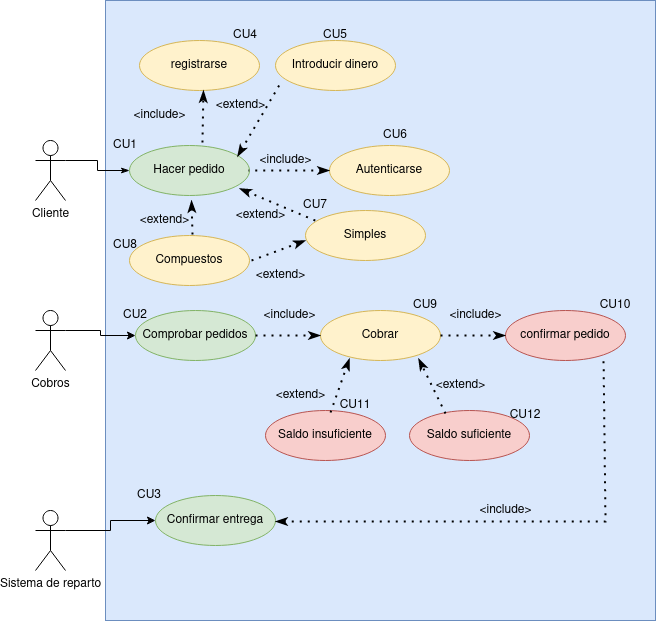
The draw.io diagram Tarea: Tienda virtual/img/tienda.png in marlonfrz/ETS, before a commit. Source tidied: cells renumbered, new cells last; positions are measured from the earlier drawing's top-left corner, leaving out a move shared by most shapes. Its diagram source:
```xml
<mxGraphModel>
  <root>
    <mxCell id="0" />
    <mxCell id="1" parent="0" />
    <mxCell id="2" style="rounded=0;whiteSpace=wrap;html=1;fillColor=#dae8fc;strokeColor=#6c8ebf;" parent="1" vertex="1">
      <mxGeometry x="70" width="550" height="620" as="geometry" />
    </mxCell>
    <mxCell id="3" style="edgeStyle=orthogonalEdgeStyle;rounded=0;jettySize=auto;html=1;exitX=1;exitY=0.3333333333333333;exitDx=0;exitDy=0;exitPerimeter=0;entryX=0;entryY=0.5;entryDx=0;entryDy=0;startArrow=none;startFill=0;endArrow=classicThin;endFill=1;" parent="1" edge="1" source="4" target="5">
      <mxGeometry relative="1" as="geometry" />
    </mxCell>
    <mxCell id="4" value="Cliente" style="shape=umlActor;verticalLabelPosition=bottom;verticalAlign=top;html=1;outlineConnect=0;" parent="1" vertex="1">
      <mxGeometry y="140" width="30" height="60" as="geometry" />
    </mxCell>
    <mxCell id="5" value="Hacer pedido" style="ellipse;whiteSpace=wrap;html=1;fillColor=#d5e8d4;strokeColor=#82b366;" parent="1" vertex="1">
      <mxGeometry x="94" y="145" width="120" height="50" as="geometry" />
    </mxCell>
    <mxCell id="6" value="confirmar pedido" style="ellipse;whiteSpace=wrap;html=1;fillColor=#f8cecc;strokeColor=#b85450;" parent="1" vertex="1">
      <mxGeometry x="470" y="310" width="120" height="50" as="geometry" />
    </mxCell>
    <mxCell id="7" value="Cobrar" style="ellipse;whiteSpace=wrap;html=1;fillColor=#fff2cc;strokeColor=#d6b656;" parent="1" vertex="1">
      <mxGeometry x="285" y="310" width="120" height="50" as="geometry" />
    </mxCell>
    <mxCell id="8" value="Comprobar pedidos" style="ellipse;whiteSpace=wrap;html=1;fillColor=#d5e8d4;strokeColor=#82b366;" parent="1" vertex="1">
      <mxGeometry x="100" y="310" width="120" height="50" as="geometry" />
    </mxCell>
    <mxCell id="9" value="registrarse" style="ellipse;whiteSpace=wrap;html=1;fillColor=#fff2cc;strokeColor=#d6b656;" parent="1" vertex="1">
      <mxGeometry x="104" y="40" width="120" height="50" as="geometry" />
    </mxCell>
    <mxCell id="10" value="Introducir dinero" style="ellipse;whiteSpace=wrap;html=1;fillColor=#fff2cc;strokeColor=#d6b656;" parent="1" vertex="1">
      <mxGeometry x="240" y="40" width="120" height="50" as="geometry" />
    </mxCell>
    <mxCell id="11" value="Autenticarse" style="ellipse;whiteSpace=wrap;html=1;fillColor=#fff2cc;strokeColor=#d6b656;" parent="1" vertex="1">
      <mxGeometry x="294" y="145" width="120" height="50" as="geometry" />
    </mxCell>
    <mxCell id="12" style="edgeStyle=orthogonalEdgeStyle;rounded=0;jettySize=auto;html=1;exitX=1;exitY=0.3333333333333333;exitDx=0;exitDy=0;exitPerimeter=0;entryX=0;entryY=0.5;entryDx=0;entryDy=0;" parent="1" edge="1" source="13" target="8">
      <mxGeometry relative="1" as="geometry" />
    </mxCell>
    <mxCell id="13" value="Cobros" style="shape=umlActor;verticalLabelPosition=bottom;verticalAlign=top;html=1;outlineConnect=0;" parent="1" vertex="1">
      <mxGeometry y="310" width="30" height="60" as="geometry" />
    </mxCell>
    <mxCell id="14" style="endArrow=classicThin;dashed=1;html=1;dashPattern=1 3;strokeWidth=2;rounded=0;entryX=0;entryY=0.5;entryDx=0;entryDy=0;exitX=1;exitY=0.5;exitDx=0;exitDy=0;endFill=1;" parent="1" edge="1" source="8" target="7">
      <mxGeometry relative="1" as="geometry" />
    </mxCell>
    <mxCell id="15" style="endArrow=classicThin;dashed=1;html=1;dashPattern=1 3;strokeWidth=2;rounded=0;exitX=1;exitY=0.5;exitDx=0;exitDy=0;entryX=0;entryY=0.5;entryDx=0;entryDy=0;endFill=1;" parent="1" edge="1" source="7" target="6">
      <mxGeometry relative="1" as="geometry" />
    </mxCell>
    <mxCell id="16" value="&amp;lt;include&amp;gt;" style="text;html=1;align=center;verticalAlign=middle;strokeColor=none;fillColor=none;" parent="1" vertex="1">
      <mxGeometry x="84" y="100" width="80" height="30" as="geometry" />
    </mxCell>
    <mxCell id="17" value="&amp;lt;include&amp;gt;" style="text;html=1;align=center;verticalAlign=middle;strokeColor=none;fillColor=none;" parent="1" vertex="1">
      <mxGeometry x="210" y="145" width="80" height="30" as="geometry" />
    </mxCell>
    <mxCell id="18" value="&amp;lt;extend&amp;gt;" style="text;html=1;align=center;verticalAlign=middle;strokeColor=none;fillColor=none;" parent="1" vertex="1">
      <mxGeometry x="170" y="90" width="70" height="30" as="geometry" />
    </mxCell>
    <mxCell id="19" style="edgeStyle=orthogonalEdgeStyle;rounded=0;jettySize=auto;html=1;exitX=1;exitY=0.3333333333333333;exitDx=0;exitDy=0;exitPerimeter=0;entryX=0;entryY=0.5;entryDx=0;entryDy=0;" parent="1" edge="1" source="20" target="21">
      <mxGeometry relative="1" as="geometry" />
    </mxCell>
    <mxCell id="20" value="Sistema de reparto" style="shape=umlActor;verticalLabelPosition=bottom;verticalAlign=top;html=1;outlineConnect=0;" parent="1" vertex="1">
      <mxGeometry y="510" width="30" height="60" as="geometry" />
    </mxCell>
    <mxCell id="21" value="Confirmar entrega" style="ellipse;whiteSpace=wrap;html=1;fillColor=#d5e8d4;strokeColor=#82b366;" parent="1" vertex="1">
      <mxGeometry x="120" y="495" width="120" height="50" as="geometry" />
    </mxCell>
    <mxCell id="22" value="&amp;lt;include&amp;gt;" style="text;html=1;align=center;verticalAlign=middle;strokeColor=none;fillColor=none;" parent="1" vertex="1">
      <mxGeometry x="214" y="300" width="80" height="30" as="geometry" />
    </mxCell>
    <mxCell id="23" value="&amp;lt;include&amp;gt;" style="text;html=1;align=center;verticalAlign=middle;strokeColor=none;fillColor=none;" parent="1" vertex="1">
      <mxGeometry x="400" y="300" width="80" height="30" as="geometry" />
    </mxCell>
    <mxCell id="24" style="endArrow=classicThin;dashed=1;html=1;dashPattern=1 3;strokeWidth=2;rounded=0;entryX=0.533;entryY=1;entryDx=0;entryDy=0;exitX=0.608;exitY=-0.06;exitDx=0;exitDy=0;startArrow=none;startFill=0;endFill=1;exitPerimeter=0;entryPerimeter=0;" parent="1" edge="1" source="5" target="9">
      <mxGeometry relative="1" as="geometry" />
    </mxCell>
    <mxCell id="25" style="endArrow=none;dashed=1;html=1;dashPattern=1 3;strokeWidth=2;rounded=0;entryX=0.992;entryY=0.5;entryDx=0;entryDy=0;exitX=0;exitY=0.5;exitDx=0;exitDy=0;endFill=0;startArrow=classicThin;startFill=1;entryPerimeter=0;" parent="1" edge="1" source="11" target="5">
      <mxGeometry relative="1" as="geometry" />
    </mxCell>
    <mxCell id="26" style="endArrow=none;dashed=1;html=1;dashPattern=1 3;strokeWidth=2;rounded=0;entryX=0.05;entryY=0.82;entryDx=0;entryDy=0;exitX=0.9;exitY=0.22;exitDx=0;exitDy=0;endFill=0;startArrow=classicThin;startFill=1;exitPerimeter=0;entryPerimeter=0;" parent="1" edge="1" source="5" target="10">
      <mxGeometry relative="1" as="geometry" />
    </mxCell>
    <mxCell id="27" value="CU8" style="text;html=1;strokeColor=none;fillColor=none;align=center;verticalAlign=middle;whiteSpace=wrap;rounded=0;" parent="1" vertex="1">
      <mxGeometry x="60" y="230" width="60" height="30" as="geometry" />
    </mxCell>
    <mxCell id="28" value="CU7" style="text;html=1;strokeColor=none;fillColor=none;align=center;verticalAlign=middle;whiteSpace=wrap;rounded=0;" parent="1" vertex="1">
      <mxGeometry x="250" y="190" width="60" height="30" as="geometry" />
    </mxCell>
    <mxCell id="29" value="CU6" style="text;html=1;strokeColor=none;fillColor=none;align=center;verticalAlign=middle;whiteSpace=wrap;rounded=0;" parent="1" vertex="1">
      <mxGeometry x="330" y="120" width="60" height="30" as="geometry" />
    </mxCell>
    <mxCell id="30" value="CU5" style="text;html=1;strokeColor=none;fillColor=none;align=center;verticalAlign=middle;whiteSpace=wrap;rounded=0;" parent="1" vertex="1">
      <mxGeometry x="270" y="20" width="60" height="30" as="geometry" />
    </mxCell>
    <mxCell id="31" value="CU4" style="text;html=1;strokeColor=none;fillColor=none;align=center;verticalAlign=middle;whiteSpace=wrap;rounded=0;" parent="1" vertex="1">
      <mxGeometry x="180" y="20" width="60" height="30" as="geometry" />
    </mxCell>
    <mxCell id="32" value="CU3" style="text;html=1;strokeColor=none;fillColor=none;align=center;verticalAlign=middle;whiteSpace=wrap;rounded=0;" parent="1" vertex="1">
      <mxGeometry x="84" y="480" width="60" height="30" as="geometry" />
    </mxCell>
    <mxCell id="33" value="CU2" style="text;html=1;strokeColor=none;fillColor=none;align=center;verticalAlign=middle;whiteSpace=wrap;rounded=0;" parent="1" vertex="1">
      <mxGeometry x="70" y="300" width="60" height="30" as="geometry" />
    </mxCell>
    <mxCell id="34" value="CU1" style="text;html=1;strokeColor=none;fillColor=none;align=center;verticalAlign=middle;whiteSpace=wrap;rounded=0;" parent="1" vertex="1">
      <mxGeometry x="60" y="130" width="60" height="30" as="geometry" />
    </mxCell>
    <mxCell id="35" value="Simples" style="ellipse;whiteSpace=wrap;html=1;fillColor=#fff2cc;strokeColor=#d6b656;" parent="1" vertex="1">
      <mxGeometry x="270" y="210" width="120" height="50" as="geometry" />
    </mxCell>
    <mxCell id="36" value="Compuestos" style="ellipse;whiteSpace=wrap;html=1;fillColor=#fff2cc;strokeColor=#d6b656;" parent="1" vertex="1">
      <mxGeometry x="94" y="235" width="120" height="50" as="geometry" />
    </mxCell>
    <mxCell id="37" style="endArrow=none;dashed=1;html=1;dashPattern=1 3;strokeWidth=2;rounded=0;entryX=0.1;entryY=0.22;entryDx=0;entryDy=0;entryPerimeter=0;exitX=0.917;exitY=0.86;exitDx=0;exitDy=0;exitPerimeter=0;startArrow=classicThin;startFill=1;" parent="1" edge="1" source="5" target="35">
      <mxGeometry relative="1" as="geometry" />
    </mxCell>
    <mxCell id="38" style="endArrow=classicThin;dashed=1;html=1;dashPattern=1 3;strokeWidth=2;rounded=0;entryX=0.517;entryY=1.1;entryDx=0;entryDy=0;entryPerimeter=0;exitX=0.525;exitY=-0.02;exitDx=0;exitDy=0;exitPerimeter=0;startArrow=none;startFill=0;endFill=1;" parent="1" edge="1" source="36" target="5">
      <mxGeometry relative="1" as="geometry" />
    </mxCell>
    <mxCell id="39" value="&amp;lt;extend&amp;gt;" style="text;html=1;align=center;verticalAlign=middle;strokeColor=none;fillColor=none;" parent="1" vertex="1">
      <mxGeometry x="94" y="205" width="70" height="30" as="geometry" />
    </mxCell>
    <mxCell id="40" value="&amp;lt;extend&amp;gt;" style="text;html=1;align=center;verticalAlign=middle;strokeColor=none;fillColor=none;" parent="1" vertex="1">
      <mxGeometry x="190" y="200" width="70" height="30" as="geometry" />
    </mxCell>
    <mxCell id="41" value="CU9" style="text;html=1;strokeColor=none;fillColor=none;align=center;verticalAlign=middle;whiteSpace=wrap;rounded=0;" parent="1" vertex="1">
      <mxGeometry x="360" y="290" width="60" height="30" as="geometry" />
    </mxCell>
    <mxCell id="42" value="CU10" style="text;html=1;strokeColor=none;fillColor=none;align=center;verticalAlign=middle;whiteSpace=wrap;rounded=0;" parent="1" vertex="1">
      <mxGeometry x="550" y="290" width="60" height="30" as="geometry" />
    </mxCell>
    <mxCell id="43" value="Saldo insuficiente" style="ellipse;whiteSpace=wrap;html=1;fillColor=#f8cecc;strokeColor=#b85450;" parent="1" vertex="1">
      <mxGeometry x="230" y="410" width="120" height="50" as="geometry" />
    </mxCell>
    <mxCell id="44" value="Saldo suficiente" style="ellipse;whiteSpace=wrap;html=1;fillColor=#f8cecc;strokeColor=#b85450;" parent="1" vertex="1">
      <mxGeometry x="374" y="410" width="120" height="50" as="geometry" />
    </mxCell>
    <mxCell id="45" style="endArrow=classicThin;dashed=1;html=1;dashPattern=1 3;strokeWidth=2;rounded=0;entryX=0;entryY=0.6;entryDx=0;entryDy=0;entryPerimeter=0;exitX=1.017;exitY=0.5;exitDx=0;exitDy=0;exitPerimeter=0;endFill=1;" parent="1" edge="1" source="36" target="35">
      <mxGeometry relative="1" as="geometry" />
    </mxCell>
    <mxCell id="46" value="&amp;lt;extend&amp;gt;" style="text;html=1;align=center;verticalAlign=middle;strokeColor=none;fillColor=none;" parent="1" vertex="1">
      <mxGeometry x="210" y="260" width="70" height="30" as="geometry" />
    </mxCell>
    <mxCell id="47" style="endArrow=classicThin;dashed=1;html=1;dashPattern=1 3;strokeWidth=2;rounded=0;exitX=0.542;exitY=0.04;exitDx=0;exitDy=0;exitPerimeter=0;entryX=0.242;entryY=0.96;entryDx=0;entryDy=0;entryPerimeter=0;endFill=1;" parent="1" edge="1" source="43" target="7">
      <mxGeometry relative="1" as="geometry" />
    </mxCell>
    <mxCell id="48" style="endArrow=classicThin;dashed=1;html=1;dashPattern=1 3;strokeWidth=2;rounded=0;exitX=0.3;exitY=0.06;exitDx=0;exitDy=0;exitPerimeter=0;entryX=0.817;entryY=0.96;entryDx=0;entryDy=0;entryPerimeter=0;endFill=1;" parent="1" edge="1" source="44" target="7">
      <mxGeometry relative="1" as="geometry" />
    </mxCell>
    <mxCell id="49" value="&amp;lt;extend&amp;gt;" style="text;html=1;align=center;verticalAlign=middle;strokeColor=none;fillColor=none;" parent="1" vertex="1">
      <mxGeometry x="390" y="370" width="70" height="30" as="geometry" />
    </mxCell>
    <mxCell id="50" value="&amp;lt;extend&amp;gt;" style="text;html=1;align=center;verticalAlign=middle;strokeColor=none;fillColor=none;" parent="1" vertex="1">
      <mxGeometry x="230" y="380" width="70" height="30" as="geometry" />
    </mxCell>
    <mxCell id="51" value="CU12" style="text;html=1;strokeColor=none;fillColor=none;align=center;verticalAlign=middle;whiteSpace=wrap;rounded=0;" parent="1" vertex="1">
      <mxGeometry x="460" y="400" width="60" height="30" as="geometry" />
    </mxCell>
    <mxCell id="52" value="CU11" style="text;html=1;strokeColor=none;fillColor=none;align=center;verticalAlign=middle;whiteSpace=wrap;rounded=0;" parent="1" vertex="1">
      <mxGeometry x="290" y="390" width="60" height="30" as="geometry" />
    </mxCell>
    <mxCell id="53" style="endArrow=none;dashed=1;html=1;dashPattern=1 3;strokeWidth=2;rounded=0;exitX=1;exitY=0.52;exitDx=0;exitDy=0;exitPerimeter=0;entryX=0.817;entryY=0.96;entryDx=0;entryDy=0;entryPerimeter=0;startArrow=classicThin;startFill=1;" parent="1" edge="1" source="21" target="6">
      <mxGeometry relative="1" as="geometry">
        <Array as="points">
          <mxPoint x="570" y="521" />
        </Array>
      </mxGeometry>
    </mxCell>
    <mxCell id="54" value="&amp;lt;include&amp;gt;" style="text;html=1;align=center;verticalAlign=middle;strokeColor=none;fillColor=none;" parent="1" vertex="1">
      <mxGeometry x="430" y="495" width="80" height="30" as="geometry" />
    </mxCell>
  </root>
</mxGraphModel>
```
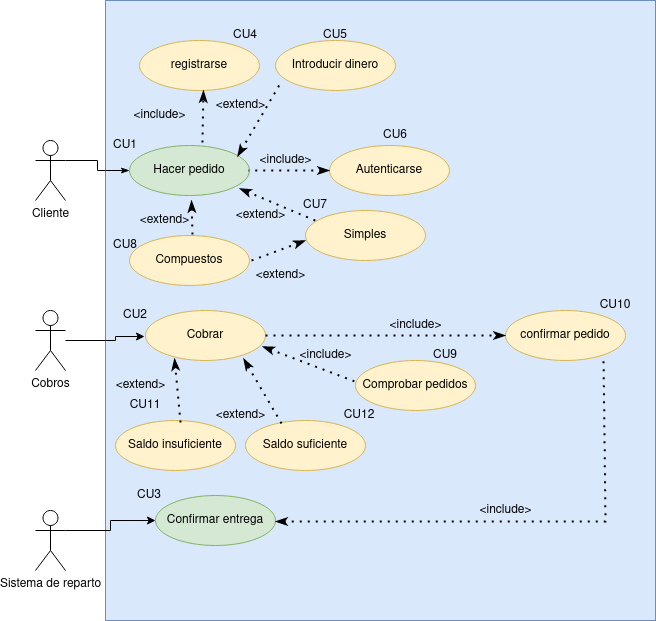
Later version of the same file.

Commit message:
casos de uso

Change to the diagram source:
```diff
@@ -14,14 +14,14 @@
     <mxCell id="5" value="Hacer pedido" style="ellipse;whiteSpace=wrap;html=1;fillColor=#d5e8d4;strokeColor=#82b366;" parent="1" vertex="1">
       <mxGeometry x="94" y="145" width="120" height="50" as="geometry" />
     </mxCell>
-    <mxCell id="6" value="confirmar pedido" style="ellipse;whiteSpace=wrap;html=1;fillColor=#f8cecc;strokeColor=#b85450;" parent="1" vertex="1">
+    <mxCell id="6" value="confirmar pedido" style="ellipse;whiteSpace=wrap;html=1;fillColor=#fff2cc;strokeColor=#d6b656;" parent="1" vertex="1">
       <mxGeometry x="470" y="310" width="120" height="50" as="geometry" />
     </mxCell>
     <mxCell id="7" value="Cobrar" style="ellipse;whiteSpace=wrap;html=1;fillColor=#fff2cc;strokeColor=#d6b656;" parent="1" vertex="1">
-      <mxGeometry x="285" y="310" width="120" height="50" as="geometry" />
+      <mxGeometry x="110" y="310" width="120" height="50" as="geometry" />
     </mxCell>
-    <mxCell id="8" value="Comprobar pedidos" style="ellipse;whiteSpace=wrap;html=1;fillColor=#d5e8d4;strokeColor=#82b366;" parent="1" vertex="1">
-      <mxGeometry x="100" y="310" width="120" height="50" as="geometry" />
+    <mxCell id="8" value="Comprobar pedidos" style="ellipse;whiteSpace=wrap;html=1;fillColor=#fff2cc;strokeColor=#d6b656;" parent="1" vertex="1">
+      <mxGeometry x="320" y="360" width="120" height="50" as="geometry" />
     </mxCell>
     <mxCell id="9" value="registrarse" style="ellipse;whiteSpace=wrap;html=1;fillColor=#fff2cc;strokeColor=#d6b656;" parent="1" vertex="1">
       <mxGeometry x="104" y="40" width="120" height="50" as="geometry" />
@@ -32,15 +32,17 @@
     <mxCell id="11" value="Autenticarse" style="ellipse;whiteSpace=wrap;html=1;fillColor=#fff2cc;strokeColor=#d6b656;" parent="1" vertex="1">
       <mxGeometry x="294" y="145" width="120" height="50" as="geometry" />
     </mxCell>
-    <mxCell id="12" style="edgeStyle=orthogonalEdgeStyle;rounded=0;jettySize=auto;html=1;exitX=1;exitY=0.3333333333333333;exitDx=0;exitDy=0;exitPerimeter=0;entryX=0;entryY=0.5;entryDx=0;entryDy=0;" parent="1" edge="1" source="13" target="8">
-      <mxGeometry relative="1" as="geometry" />
-    </mxCell>
+    <mxCell id="55" style="edgeStyle=orthogonalEdgeStyle;rounded=0;jettySize=auto;html=1;startArrow=none;startFill=0;entryX=-0.008;entryY=0.52;entryDx=0;entryDy=0;entryPerimeter=0;" parent="1" edge="1" source="13" target="7">
+      <mxGeometry relative="1" as="geometry">
+        <Array as="points">
+          <mxPoint x="80" y="340" />
+          <mxPoint x="80" y="336" />
+        </Array>
+      </mxGeometry>
+    </mxCell>
     <mxCell id="13" value="Cobros" style="shape=umlActor;verticalLabelPosition=bottom;verticalAlign=top;html=1;outlineConnect=0;" parent="1" vertex="1">
       <mxGeometry y="310" width="30" height="60" as="geometry" />
     </mxCell>
-    <mxCell id="14" style="endArrow=classicThin;dashed=1;html=1;dashPattern=1 3;strokeWidth=2;rounded=0;entryX=0;entryY=0.5;entryDx=0;entryDy=0;exitX=1;exitY=0.5;exitDx=0;exitDy=0;endFill=1;" parent="1" edge="1" source="8" target="7">
-      <mxGeometry relative="1" as="geometry" />
-    </mxCell>
     <mxCell id="15" style="endArrow=classicThin;dashed=1;html=1;dashPattern=1 3;strokeWidth=2;rounded=0;exitX=1;exitY=0.5;exitDx=0;exitDy=0;entryX=0;entryY=0.5;entryDx=0;entryDy=0;endFill=1;" parent="1" edge="1" source="7" target="6">
       <mxGeometry relative="1" as="geometry" />
     </mxCell>
@@ -63,10 +65,10 @@
       <mxGeometry x="120" y="495" width="120" height="50" as="geometry" />
     </mxCell>
     <mxCell id="22" value="&amp;lt;include&amp;gt;" style="text;html=1;align=center;verticalAlign=middle;strokeColor=none;fillColor=none;" parent="1" vertex="1">
-      <mxGeometry x="214" y="300" width="80" height="30" as="geometry" />
+      <mxGeometry x="250" y="340" width="80" height="30" as="geometry" />
     </mxCell>
     <mxCell id="23" value="&amp;lt;include&amp;gt;" style="text;html=1;align=center;verticalAlign=middle;strokeColor=none;fillColor=none;" parent="1" vertex="1">
-      <mxGeometry x="400" y="300" width="80" height="30" as="geometry" />
+      <mxGeometry x="340" y="310" width="80" height="30" as="geometry" />
     </mxCell>
     <mxCell id="24" style="endArrow=classicThin;dashed=1;html=1;dashPattern=1 3;strokeWidth=2;rounded=0;entryX=0.533;entryY=1;entryDx=0;entryDy=0;exitX=0.608;exitY=-0.06;exitDx=0;exitDy=0;startArrow=none;startFill=0;endFill=1;exitPerimeter=0;entryPerimeter=0;" parent="1" edge="1" source="5" target="9">
       <mxGeometry relative="1" as="geometry" />
@@ -120,16 +122,16 @@
       <mxGeometry x="190" y="200" width="70" height="30" as="geometry" />
     </mxCell>
     <mxCell id="41" value="CU9" style="text;html=1;strokeColor=none;fillColor=none;align=center;verticalAlign=middle;whiteSpace=wrap;rounded=0;" parent="1" vertex="1">
-      <mxGeometry x="360" y="290" width="60" height="30" as="geometry" />
+      <mxGeometry x="380" y="340" width="60" height="30" as="geometry" />
     </mxCell>
     <mxCell id="42" value="CU10" style="text;html=1;strokeColor=none;fillColor=none;align=center;verticalAlign=middle;whiteSpace=wrap;rounded=0;" parent="1" vertex="1">
       <mxGeometry x="550" y="290" width="60" height="30" as="geometry" />
     </mxCell>
-    <mxCell id="43" value="Saldo insuficiente" style="ellipse;whiteSpace=wrap;html=1;fillColor=#f8cecc;strokeColor=#b85450;" parent="1" vertex="1">
-      <mxGeometry x="230" y="410" width="120" height="50" as="geometry" />
+    <mxCell id="43" value="Saldo insuficiente" style="ellipse;whiteSpace=wrap;html=1;fillColor=#fff2cc;strokeColor=#d6b656;" parent="1" vertex="1">
+      <mxGeometry x="80" y="420" width="120" height="50" as="geometry" />
     </mxCell>
-    <mxCell id="44" value="Saldo suficiente" style="ellipse;whiteSpace=wrap;html=1;fillColor=#f8cecc;strokeColor=#b85450;" parent="1" vertex="1">
-      <mxGeometry x="374" y="410" width="120" height="50" as="geometry" />
+    <mxCell id="44" value="Saldo suficiente" style="ellipse;whiteSpace=wrap;html=1;fillColor=#fff2cc;strokeColor=#d6b656;" parent="1" vertex="1">
+      <mxGeometry x="210" y="420" width="120" height="50" as="geometry" />
     </mxCell>
     <mxCell id="45" style="endArrow=classicThin;dashed=1;html=1;dashPattern=1 3;strokeWidth=2;rounded=0;entryX=0;entryY=0.6;entryDx=0;entryDy=0;entryPerimeter=0;exitX=1.017;exitY=0.5;exitDx=0;exitDy=0;exitPerimeter=0;endFill=1;" parent="1" edge="1" source="36" target="35">
       <mxGeometry relative="1" as="geometry" />
@@ -144,16 +146,16 @@
       <mxGeometry relative="1" as="geometry" />
     </mxCell>
     <mxCell id="49" value="&amp;lt;extend&amp;gt;" style="text;html=1;align=center;verticalAlign=middle;strokeColor=none;fillColor=none;" parent="1" vertex="1">
-      <mxGeometry x="390" y="370" width="70" height="30" as="geometry" />
+      <mxGeometry x="170" y="400" width="70" height="30" as="geometry" />
     </mxCell>
     <mxCell id="50" value="&amp;lt;extend&amp;gt;" style="text;html=1;align=center;verticalAlign=middle;strokeColor=none;fillColor=none;" parent="1" vertex="1">
-      <mxGeometry x="230" y="380" width="70" height="30" as="geometry" />
+      <mxGeometry x="70" y="370" width="70" height="30" as="geometry" />
     </mxCell>
     <mxCell id="51" value="CU12" style="text;html=1;strokeColor=none;fillColor=none;align=center;verticalAlign=middle;whiteSpace=wrap;rounded=0;" parent="1" vertex="1">
-      <mxGeometry x="460" y="400" width="60" height="30" as="geometry" />
+      <mxGeometry x="294" y="400" width="60" height="30" as="geometry" />
     </mxCell>
     <mxCell id="52" value="CU11" style="text;html=1;strokeColor=none;fillColor=none;align=center;verticalAlign=middle;whiteSpace=wrap;rounded=0;" parent="1" vertex="1">
-      <mxGeometry x="290" y="390" width="60" height="30" as="geometry" />
+      <mxGeometry x="80" y="390" width="60" height="30" as="geometry" />
     </mxCell>
     <mxCell id="53" style="endArrow=none;dashed=1;html=1;dashPattern=1 3;strokeWidth=2;rounded=0;exitX=1;exitY=0.52;exitDx=0;exitDy=0;exitPerimeter=0;entryX=0.817;entryY=0.96;entryDx=0;entryDy=0;entryPerimeter=0;startArrow=classicThin;startFill=1;" parent="1" edge="1" source="21" target="6">
       <mxGeometry relative="1" as="geometry">
@@ -165,5 +167,8 @@
     <mxCell id="54" value="&amp;lt;include&amp;gt;" style="text;html=1;align=center;verticalAlign=middle;strokeColor=none;fillColor=none;" parent="1" vertex="1">
       <mxGeometry x="430" y="495" width="80" height="30" as="geometry" />
     </mxCell>
+    <mxCell id="56" style="endArrow=none;dashed=1;html=1;dashPattern=1 3;strokeWidth=2;rounded=0;exitX=0.975;exitY=0.72;exitDx=0;exitDy=0;exitPerimeter=0;entryX=0.017;entryY=0.44;entryDx=0;entryDy=0;entryPerimeter=0;startArrow=classicThin;startFill=1;" parent="1" edge="1" source="7" target="8">
+      <mxGeometry relative="1" as="geometry" />
+    </mxCell>
   </root>
 </mxGraphModel>
```
